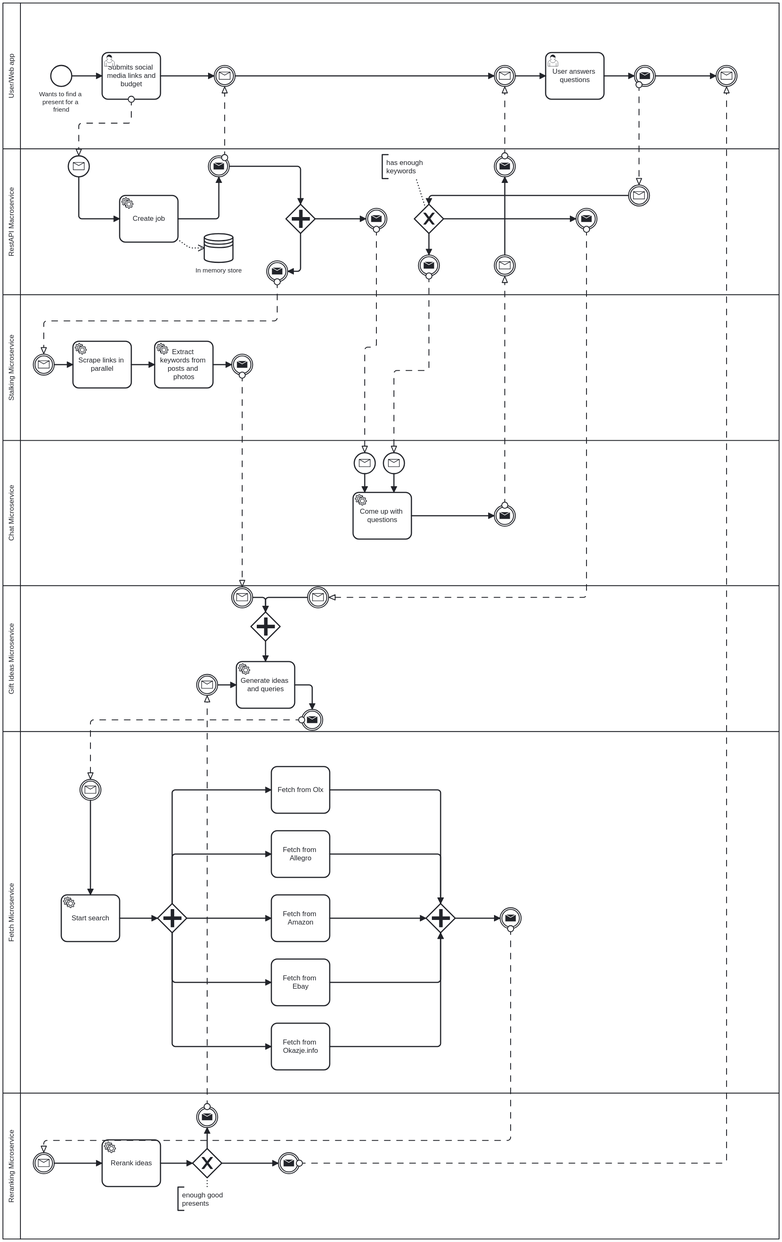
This is docs/BPMN/diagram.svg from Generacja-Cuzi/ai-present-finder, a BPMN export, as it was before one commit. Its source is kept beside it as docs/BPMN/diagram.bpmn. Ids are renumbered.
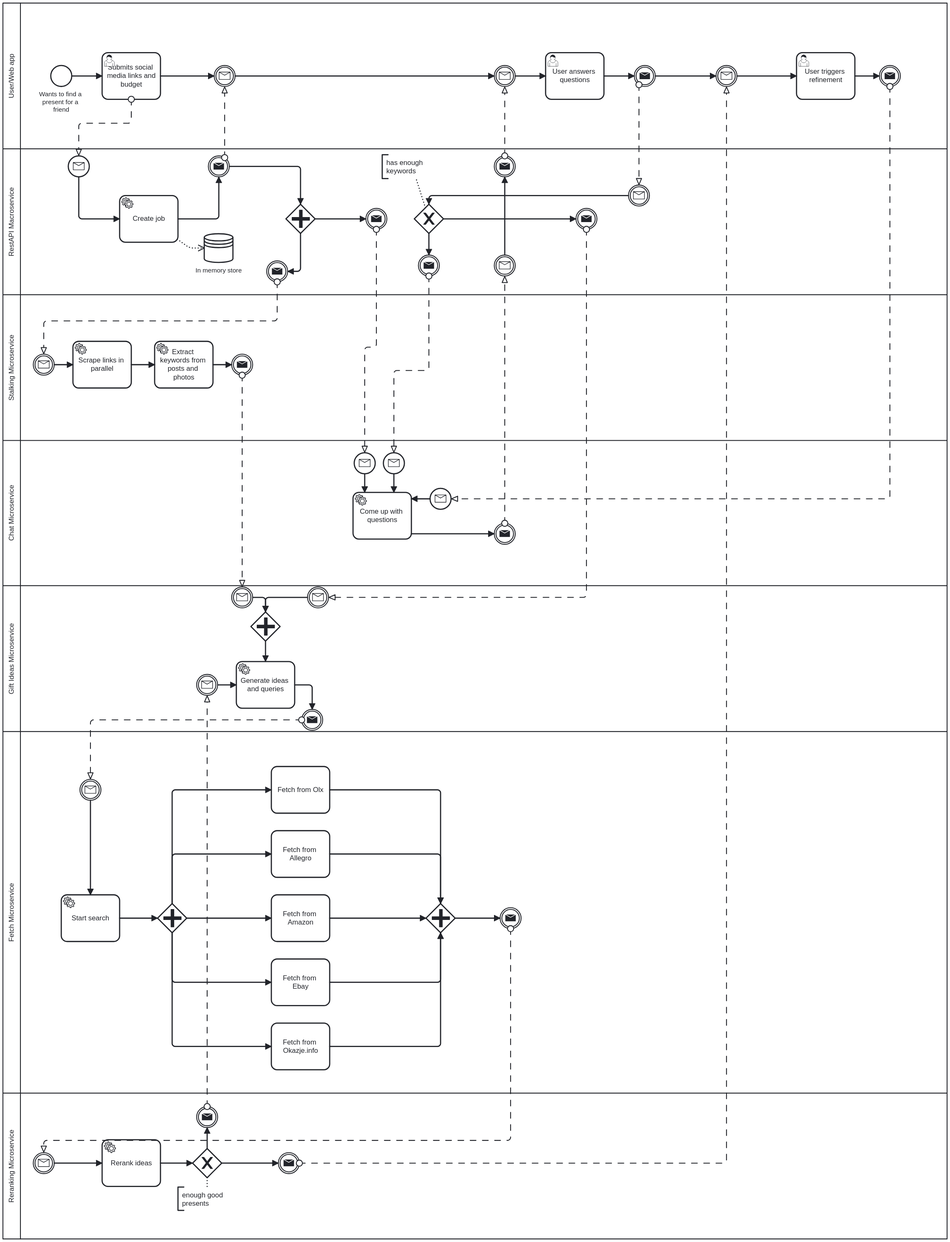
Later version of the same file.

Change to the diagram source:
```diff
@@ -21,6 +21,7 @@
     <bpmn:messageFlow id="Flow_n50" sourceRef="Event_n51" targetRef="Event_n52" />
     <bpmn:messageFlow id="Flow_n53" sourceRef="Event_n54" targetRef="Event_n55" />
     <bpmn:messageFlow id="Flow_n56" sourceRef="Event_n57" targetRef="Event_n58" />
+    <bpmn:messageFlow id="Flow_n200" sourceRef="Event_n201" targetRef="Event_n202" />
     <bpmn:textAnnotation id="TextAnnotation_n59">
       <bpmn:text>has enough keywords</bpmn:text>
     </bpmn:textAnnotation>
@@ -40,6 +41,7 @@
     <bpmn:sequenceFlow id="Flow_n72" sourceRef="StartEvent_n73" targetRef="Activity_n18" />
     <bpmn:intermediateCatchEvent id="Event_n55">
       <bpmn:incoming>Flow_n66</bpmn:incoming>
+      <bpmn:outgoing>Flow_n203</bpmn:outgoing>
       <bpmn:messageEventDefinition id="MessageEventDefinition_n74" />
     </bpmn:intermediateCatchEvent>
     <bpmn:userTask id="Activity_n68" name="User answers questions">
@@ -68,6 +70,16 @@
     <bpmn:startEvent id="StartEvent_n73" name="Wants to find a present for a friend">
       <bpmn:outgoing>Flow_n72</bpmn:outgoing>
     </bpmn:startEvent>
+    <bpmn:sequenceFlow id="Flow_n203" sourceRef="Event_n55" targetRef="Activity_n204" />
+    <bpmn:userTask id="Activity_n204" name="User triggers refinement">
+      <bpmn:incoming>Flow_n203</bpmn:incoming>
+      <bpmn:outgoing>Flow_n205</bpmn:outgoing>
+    </bpmn:userTask>
+    <bpmn:intermediateThrowEvent id="Event_n201">
+      <bpmn:incoming>Flow_n205</bpmn:incoming>
+      <bpmn:messageEventDefinition id="MessageEventDefinition_n206" />
+    </bpmn:intermediateThrowEvent>
+    <bpmn:sequenceFlow id="Flow_n205" sourceRef="Activity_n204" targetRef="Event_n201" />
   </bpmn:process>
   <bpmn:process id="Process_n6">
     <bpmn:sequenceFlow id="Flow_n78" sourceRef="Event_n46" targetRef="Activity_n79" />
@@ -136,10 +148,6 @@
     <bpmn:sequenceFlow id="Flow_n101" sourceRef="Activity_n102" targetRef="Event_n36" />
     <bpmn:sequenceFlow id="Flow_n103" sourceRef="Event_n43" targetRef="Activity_n102" />
     <bpmn:sequenceFlow id="Flow_n104" sourceRef="Event_n40" targetRef="Activity_n102" />
-    <bpmn:intermediateThrowEvent id="Event_n36">
-      <bpmn:incoming>Flow_n101</bpmn:incoming>
-      <bpmn:messageEventDefinition id="MessageEventDefinition_n105" />
-    </bpmn:intermediateThrowEvent>
     <bpmn:startEvent id="Event_n43">
       <bpmn:outgoing>Flow_n103</bpmn:outgoing>
       <bpmn:messageEventDefinition id="MessageEventDefinition_n106" />
@@ -151,8 +159,18 @@
     <bpmn:serviceTask id="Activity_n102" name="Come up with questions">
       <bpmn:incoming>Flow_n104</bpmn:incoming>
       <bpmn:incoming>Flow_n103</bpmn:incoming>
+      <bpmn:incoming>Flow_n207</bpmn:incoming>
       <bpmn:outgoing>Flow_n101</bpmn:outgoing>
     </bpmn:serviceTask>
+    <bpmn:sequenceFlow id="Flow_n207" sourceRef="Event_n202" targetRef="Activity_n102" />
+    <bpmn:intermediateThrowEvent id="Event_n36">
+      <bpmn:incoming>Flow_n101</bpmn:incoming>
+      <bpmn:messageEventDefinition id="MessageEventDefinition_n105" />
+    </bpmn:intermediateThrowEvent>
+    <bpmn:startEvent id="Event_n202">
+      <bpmn:outgoing>Flow_n207</bpmn:outgoing>
+      <bpmn:messageEventDefinition id="MessageEventDefinition_n208" />
+    </bpmn:startEvent>
   </bpmn:process>
   <bpmn:process id="Process_n10">
     <bpmn:sequenceFlow id="Flow_n108" sourceRef="Gateway_n62" targetRef="Event_n57" />
@@ -304,7 +322,7 @@
   <bpmndi:BPMNDiagram id="BPMNDiagram_1">
     <bpmndi:BPMNPlane id="BPMNPlane_1" bpmnElement="Collaboration_n2">
       <bpmndi:BPMNShape id="Participant_n3_di" bpmnElement="Participant_n3" isHorizontal="true">
-        <dc:Bounds x="160" y="100" width="1330" height="250" />
+        <dc:Bounds x="160" y="100" width="1618" height="250" />
         <bpmndi:BPMNLabel />
       </bpmndi:BPMNShape>
       <bpmndi:BPMNShape id="_BPMNShape_StartEvent_2" bpmnElement="StartEvent_n73">
@@ -332,6 +350,13 @@
       <bpmndi:BPMNShape id="Event_1jq6v0t_di" bpmnElement="Event_n55">
         <dc:Bounds x="1382" y="207" width="36" height="36" />
       </bpmndi:BPMNShape>
+      <bpmndi:BPMNShape id="BPMNShape_n209" bpmnElement="Activity_n204">
+        <dc:Bounds x="1520" y="185" width="100" height="80" />
+        <bpmndi:BPMNLabel />
+      </bpmndi:BPMNShape>
+      <bpmndi:BPMNShape id="BPMNShape_n210" bpmnElement="Event_n201">
+        <dc:Bounds x="1662" y="207" width="36" height="36" />
+      </bpmndi:BPMNShape>
       <bpmndi:BPMNEdge id="Flow_n72_di" bpmnElement="Flow_n72">
         <di:waypoint x="278" y="225" />
         <di:waypoint x="330" y="225" />
@@ -356,8 +381,16 @@
         <di:waypoint x="1278" y="225" />
         <di:waypoint x="1382" y="225" />
       </bpmndi:BPMNEdge>
+      <bpmndi:BPMNEdge id="Flow_n203_di" bpmnElement="Flow_n203">
+        <di:waypoint x="1418" y="225" />
+        <di:waypoint x="1520" y="225" />
+      </bpmndi:BPMNEdge>
+      <bpmndi:BPMNEdge id="Flow_n205_di" bpmnElement="Flow_n205">
+        <di:waypoint x="1620" y="225" />
+        <di:waypoint x="1662" y="225" />
+      </bpmndi:BPMNEdge>
       <bpmndi:BPMNShape id="Participant_n5_di" bpmnElement="Participant_n5" isHorizontal="true">
-        <dc:Bounds x="160" y="1349" width="1330" height="620" />
+        <dc:Bounds x="160" y="1349" width="1618" height="620" />
         <bpmndi:BPMNLabel />
       </bpmndi:BPMNShape>
       <bpmndi:BPMNShape id="Gateway_0wdtqoh_di" bpmnElement="Gateway_n93">
@@ -456,7 +489,7 @@
         <di:waypoint x="310" y="1629" />
       </bpmndi:BPMNEdge>
       <bpmndi:BPMNShape id="BPMNShape_n162" bpmnElement="Participant_n7" isHorizontal="true">
-        <dc:Bounds x="160" y="849" width="1330" height="250" />
+        <dc:Bounds x="160" y="849" width="1618" height="250" />
         <bpmndi:BPMNLabel />
       </bpmndi:BPMNShape>
       <bpmndi:BPMNShape id="BPMNShape_n163" bpmnElement="Activity_n102">
@@ -469,7 +502,10 @@
         <dc:Bounds x="812" y="871" width="36" height="36" />
       </bpmndi:BPMNShape>
       <bpmndi:BPMNShape id="BPMNShape_n166" bpmnElement="Event_n36">
-        <dc:Bounds x="1002" y="961" width="36" height="36" />
+        <dc:Bounds x="1002" y="992" width="36" height="36" />
+      </bpmndi:BPMNShape>
+      <bpmndi:BPMNShape id="BPMNShape_n211" bpmnElement="Event_n202">
+        <dc:Bounds x="892" y="932" width="36" height="36" />
       </bpmndi:BPMNShape>
       <bpmndi:BPMNEdge id="Flow_n104_di" bpmnElement="Flow_n104">
         <di:waypoint x="780" y="907" />
@@ -480,11 +516,15 @@
         <di:waypoint x="830" y="939" />
       </bpmndi:BPMNEdge>
       <bpmndi:BPMNEdge id="Flow_n101_di" bpmnElement="Flow_n101">
-        <di:waypoint x="860" y="979" />
-        <di:waypoint x="1002" y="979" />
+        <di:waypoint x="860" y="1010" />
+        <di:waypoint x="1002" y="1010" />
+      </bpmndi:BPMNEdge>
+      <bpmndi:BPMNEdge id="Flow_n207_di" bpmnElement="Flow_n207">
+        <di:waypoint x="892" y="950" />
+        <di:waypoint x="860" y="950" />
       </bpmndi:BPMNEdge>
       <bpmndi:BPMNShape id="BPMNShape_n167" bpmnElement="Participant_n9" isHorizontal="true">
-        <dc:Bounds x="160" y="1969" width="1330" height="250" />
+        <dc:Bounds x="160" y="1969" width="1618" height="250" />
         <bpmndi:BPMNLabel />
       </bpmndi:BPMNShape>
       <bpmndi:BPMNShape id="BPMNShape_n168" bpmnElement="Event_n52">
@@ -520,7 +560,7 @@
         <di:waypoint x="510" y="2028" />
       </bpmndi:BPMNEdge>
       <bpmndi:BPMNShape id="BPMNShape_n171" bpmnElement="Participant_n11" isHorizontal="true">
-        <dc:Bounds x="160" y="1099" width="1330" height="250" />
+        <dc:Bounds x="160" y="1099" width="1618" height="250" />
         <bpmndi:BPMNLabel />
       </bpmndi:BPMNShape>
       <bpmndi:BPMNShape id="BPMNShape_n172" bpmnElement="Event_n45">
@@ -566,7 +606,7 @@
         <di:waypoint x="560" y="1269" />
       </bpmndi:BPMNEdge>
       <bpmndi:BPMNShape id="BPMNShape_n178" bpmnElement="Participant_n13" isHorizontal="true">
-        <dc:Bounds x="160" y="600" width="1330" height="250" />
+        <dc:Bounds x="160" y="600" width="1618" height="250" />
         <bpmndi:BPMNLabel />
       </bpmndi:BPMNShape>
       <bpmndi:BPMNShape id="BPMNShape_n179" bpmnElement="Activity_n130">
@@ -594,7 +634,7 @@
         <di:waypoint x="552" y="720" />
       </bpmndi:BPMNEdge>
       <bpmndi:BPMNShape id="BPMNShape_n184" bpmnElement="Participant_n15" isHorizontal="true">
-        <dc:Bounds x="160" y="350" width="1330" height="250" />
+        <dc:Bounds x="160" y="350" width="1618" height="250" />
         <bpmndi:BPMNLabel />
       </bpmndi:BPMNShape>
       <bpmndi:BPMNShape id="BPMNShape_n185" bpmnElement="Event_n48">
@@ -722,7 +762,7 @@
         <di:waypoint x="1020" y="243" />
       </bpmndi:BPMNEdge>
       <bpmndi:BPMNEdge id="Flow_n35_di" bpmnElement="Flow_n35">
-        <di:waypoint x="1020" y="961" />
+        <di:waypoint x="1020" y="992" />
         <di:waypoint x="1020" y="568" />
       </bpmndi:BPMNEdge>
       <bpmndi:BPMNEdge id="Flow_n38_di" bpmnElement="Flow_n38">
@@ -770,6 +810,11 @@
         <di:waypoint x="510" y="2114" />
         <di:waypoint x="510" y="2130" />
       </bpmndi:BPMNEdge>
+      <bpmndi:BPMNEdge id="Flow_n200_di" bpmnElement="Flow_n200">
+        <di:waypoint x="1680" y="243" />
+        <di:waypoint x="1680" y="950" />
+        <di:waypoint x="928" y="950" />
+      </bpmndi:BPMNEdge>
     </bpmndi:BPMNPlane>
   </bpmndi:BPMNDiagram>
 </bpmn:definitions>
```
